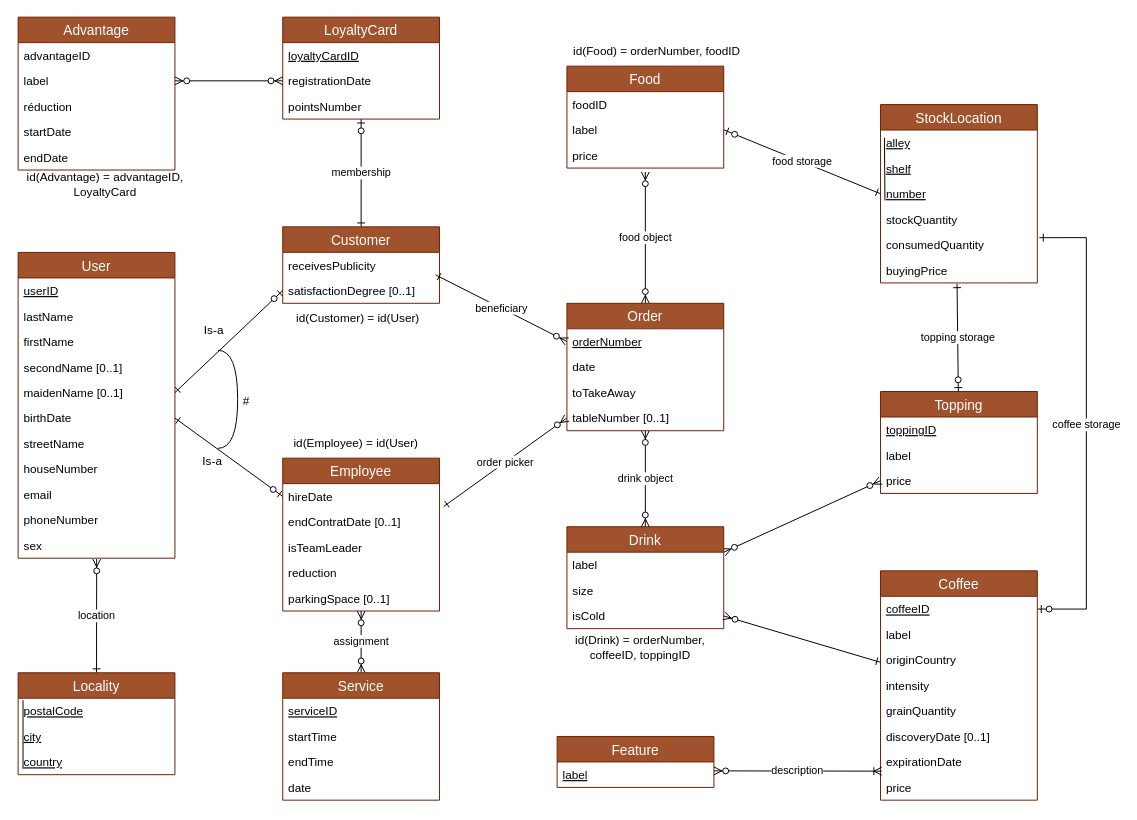
DrakeXorn/CoffIG keeps this draw.io diagram as SchemaEA.drawio. Above is the earlier version. Source tidied: cells renumbered, new cells numbered last; positions are measured from the earlier drawing's top-left corner, leaving out a move shared by most shapes. Both pictures are drawn from the tidied source at 98%, with x=0, y=0 at pixel (17, 17).
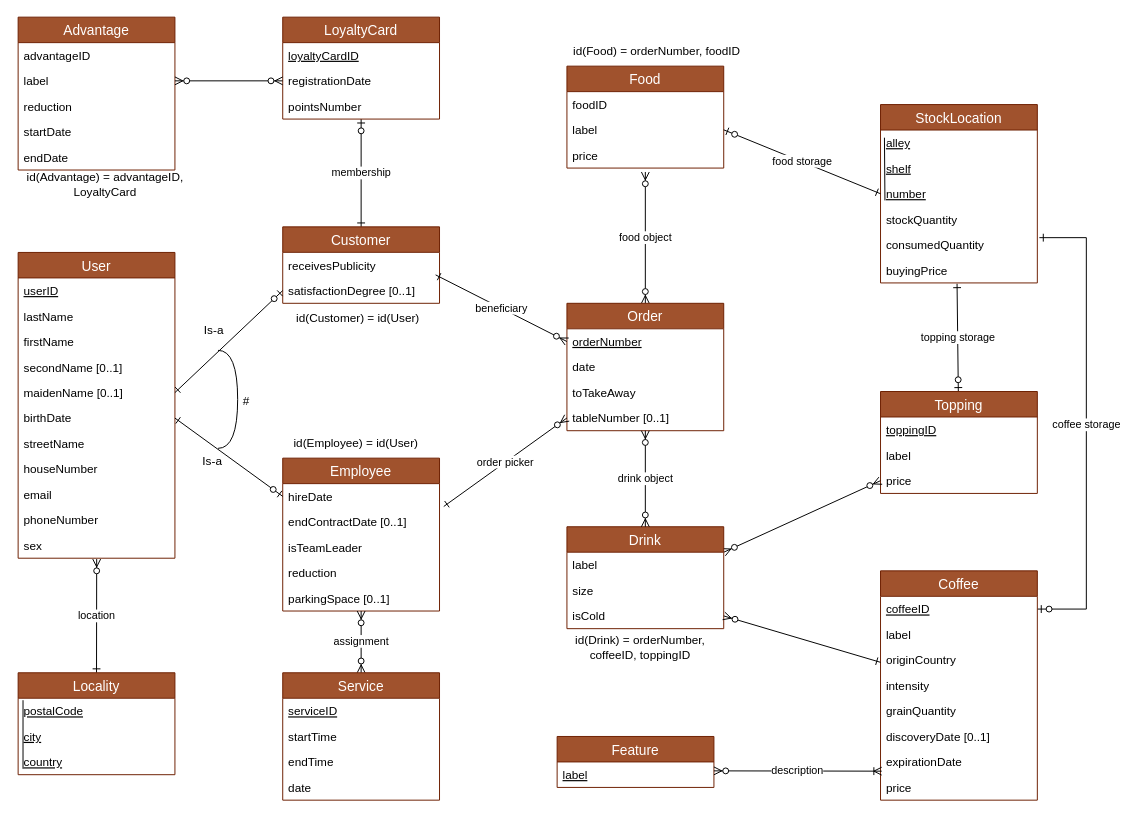
The same diagram, later.

The change refers to these unchanged cells:
```xml
<mxCell id="65" value="Employee" style="swimlane;fontStyle=0;horizontal=1;startSize=26;fillColor=#a0522d;swimlaneFillColor=#ffffff;align=center;fontSize=14;strokeColor=#6D1F00;fontColor=#ffffff;" parent="1" vertex="1">
  <mxGeometry x="271" y="450" width="160" height="156" as="geometry" />
</mxCell>
<mxCell id="81" value="Advantage" style="swimlane;fontStyle=0;horizontal=1;startSize=26;fillColor=#a0522d;swimlaneFillColor=#ffffff;align=center;fontSize=14;strokeColor=#6D1F00;fontColor=#ffffff;" parent="1" vertex="1">
  <mxGeometry x="1" width="160" height="156" as="geometry" />
</mxCell>
```

Diff of the diagram source:
```diff
@@
-    <mxCell id="67" value="endContratDate [0..1]" style="text;strokeColor=none;fillColor=none;spacingLeft=4;spacingRight=4;overflow=hidden;fontSize=12;" parent="65" vertex="1">
+    <mxCell id="67" value="endContractDate [0..1]" style="text;strokeColor=none;fillColor=none;spacingLeft=4;spacingRight=4;overflow=hidden;fontSize=12;" parent="65" vertex="1">
       <mxGeometry y="52" width="160" height="26" as="geometry" />
     </mxCell>
@@
-    <mxCell id="84" value="réduction" style="text;strokeColor=none;fillColor=none;spacingLeft=4;spacingRight=4;overflow=hidden;fontSize=12;" parent="81" vertex="1">
+    <mxCell id="84" value="reduction" style="text;strokeColor=none;fillColor=none;spacingLeft=4;spacingRight=4;overflow=hidden;fontSize=12;" parent="81" vertex="1">
       <mxGeometry y="78" width="160" height="26" as="geometry" />
     </mxCell>
```
